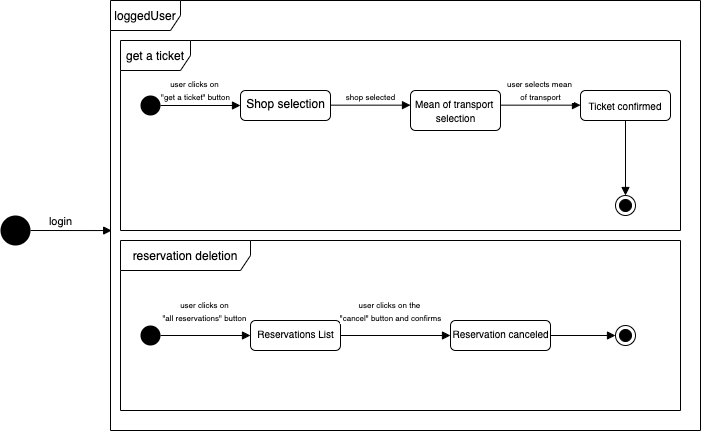
This is RASD/assets/state_charts/State Chart Get a Ticket.png from CosimoSguanci/SguanciSpataforaVergani-RASD-DD-ingsw2, a draw.io export, as it was before one commit. Source tidied: cells renumbered, new cells last; positions are measured from the earlier drawing's top-left corner, leaving out a move shared by most shapes.
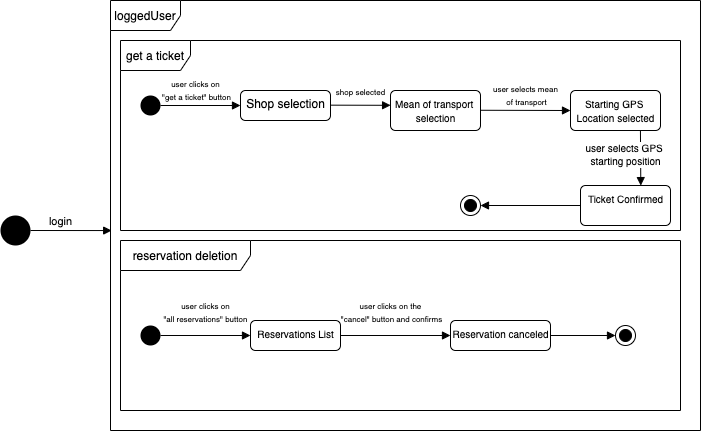
The same diagram one commit later.

Commit message:
fixed state charts

Change to the diagram source:
```diff
@@ -38,28 +38,26 @@
     <mxCell id="11" value="Shop selection" style="html=1;align=center;verticalAlign=top;rounded=1;absoluteArcSize=1;arcSize=10;dashed=0;fillColor=none;" parent="1" vertex="1">
       <mxGeometry x="240" y="90" width="90" height="30" as="geometry" />
     </mxCell>
-    <mxCell id="12" value="&lt;font style=&quot;font-size: 8px&quot;&gt;shop selected&lt;/font&gt;" style="html=1;verticalAlign=bottom;endArrow=block;exitX=1;exitY=0.5;exitDx=0;exitDy=0;" parent="1" edge="1">
-      <mxGeometry relative="1" as="geometry">
+    <mxCell id="12" value="&lt;font style=&quot;font-size: 8px&quot;&gt;shop selected&lt;/font&gt;" style="html=1;verticalAlign=bottom;endArrow=block;exitX=1;exitY=0.5;exitDx=0;exitDy=0;entryX=0.001;entryY=0.37;entryDx=0;entryDy=0;entryPerimeter=0;" parent="1" edge="1" target="13">
+      <mxGeometry y="5" relative="1" as="geometry">
         <mxPoint x="330" y="104.7" as="sourcePoint" />
-        <mxPoint x="410" y="104.7" as="targetPoint" />
       </mxGeometry>
     </mxCell>
     <mxCell id="13" value="&lt;font style=&quot;font-size: 10px&quot;&gt;Mean of transport &lt;br&gt;selection&lt;/font&gt;" style="html=1;align=center;verticalAlign=top;rounded=1;absoluteArcSize=1;arcSize=10;dashed=0;fillColor=none;" parent="1" vertex="1">
-      <mxGeometry x="410" y="90" width="90" height="40" as="geometry" />
+      <mxGeometry x="390" y="90" width="90" height="40" as="geometry" />
     </mxCell>
-    <mxCell id="14" value="&lt;font style=&quot;font-size: 8px&quot;&gt;user selects mean &lt;br&gt;of transport&lt;/font&gt;" style="html=1;verticalAlign=bottom;endArrow=block;exitX=1;exitY=0.5;exitDx=0;exitDy=0;" parent="1" edge="1">
+    <mxCell id="14" value="&lt;font style=&quot;font-size: 8px&quot;&gt;user selects mean &lt;br&gt;of transport&lt;/font&gt;" style="html=1;verticalAlign=bottom;endArrow=block;exitX=1;exitY=0.5;exitDx=0;exitDy=0;entryX=0;entryY=0.5;entryDx=0;entryDy=0;" parent="1" edge="1" target="28">
       <mxGeometry relative="1" as="geometry">
-        <mxPoint x="500" y="104.7" as="sourcePoint" />
-        <mxPoint x="580" y="104.7" as="targetPoint" />
+        <mxPoint x="480" y="109.8" as="sourcePoint" />
       </mxGeometry>
     </mxCell>
-    <mxCell id="15" value="&lt;br&gt;&lt;span style=&quot;font-size: 8px&quot;&gt;&lt;br&gt;&lt;/span&gt;" style="html=1;verticalAlign=bottom;endArrow=block;exitX=0.5;exitY=1;exitDx=0;exitDy=0;entryX=0.5;entryY=0;entryDx=0;entryDy=0;" parent="1" edge="1" target="16">
+    <mxCell id="15" value="&lt;br&gt;&lt;span style=&quot;font-size: 8px&quot;&gt;&lt;br&gt;&lt;/span&gt;" style="html=1;verticalAlign=bottom;endArrow=block;entryX=1;entryY=0.5;entryDx=0;entryDy=0;" parent="1" edge="1" target="16">
       <mxGeometry relative="1" as="geometry">
-        <mxPoint x="625" y="120" as="sourcePoint" />
+        <mxPoint x="580" y="205" as="sourcePoint" />
       </mxGeometry>
     </mxCell>
     <mxCell id="16" style="ellipse;html=1;shape=endState;fillColor=#000000;strokeColor=#000000;" parent="1" vertex="1">
-      <mxGeometry x="615" y="195" width="20" height="20" as="geometry" />
+      <mxGeometry x="460" y="195" width="20" height="20" as="geometry" />
     </mxCell>
     <mxCell id="17" style="ellipse;fillColor=#000000;strokeColor=none;" parent="1" vertex="1">
       <mxGeometry x="140" y="325" width="20" height="20" as="geometry" />
@@ -81,17 +79,17 @@
     <mxCell id="22" style="html=1;verticalAlign=bottom;endArrow=block;entryX=0;entryY=0.5;entryDx=0;entryDy=0;exitX=1;exitY=0.5;exitDx=0;exitDy=0;" parent="1" edge="1" source="21" target="26">
       <mxGeometry relative="1" as="geometry" />
     </mxCell>
-    <mxCell id="23" style="group;" parent="1" vertex="1">
-      <mxGeometry x="570" y="90" width="110" height="30" as="geometry" />
-    </mxCell>
-    <mxCell id="24" style="html=1;align=center;verticalAlign=top;rounded=1;absoluteArcSize=1;arcSize=10;dashed=0;fillColor=none;" parent="23" vertex="1">
-      <mxGeometry x="10" width="90" height="30" as="geometry" />
-    </mxCell>
-    <mxCell id="25" value="&lt;font size=&quot;1&quot;&gt;Ticket confirmed&lt;/font&gt;" style="text;html=1;strokeColor=none;fillColor=none;align=center;verticalAlign=middle;whiteSpace=wrap;rounded=0;" parent="23" vertex="1">
-      <mxGeometry y="5" width="110" height="20" as="geometry" />
-    </mxCell>
     <mxCell id="26" style="ellipse;html=1;shape=endState;fillColor=#000000;strokeColor=#000000;" parent="1" vertex="1">
       <mxGeometry x="615" y="325" width="20" height="20" as="geometry" />
     </mxCell>
+    <mxCell id="27" value="&lt;span style=&quot;font-size: 10px&quot;&gt;Ticket Confirmed&lt;/span&gt;" style="html=1;align=center;verticalAlign=top;rounded=1;absoluteArcSize=1;arcSize=10;dashed=0;fillColor=none;" parent="1" vertex="1">
+      <mxGeometry x="580" y="185" width="90" height="40" as="geometry" />
+    </mxCell>
+    <mxCell id="28" value="&lt;span style=&quot;font-size: 10px&quot;&gt;Starting GPS &lt;br&gt;Location selected&lt;/span&gt;" style="html=1;align=center;verticalAlign=top;rounded=1;absoluteArcSize=1;arcSize=10;dashed=0;fillColor=none;" parent="1" vertex="1">
+      <mxGeometry x="570" y="90" width="90" height="40" as="geometry" />
+    </mxCell>
+    <mxCell id="29" value="&lt;font style=&quot;font-size: 10px&quot;&gt;user selects GPS &lt;br&gt;starting position&lt;/font&gt;" style="html=1;verticalAlign=bottom;endArrow=block;exitX=0.777;exitY=0.994;exitDx=0;exitDy=0;entryX=0.67;entryY=0.002;entryDx=0;entryDy=0;entryPerimeter=0;exitPerimeter=0;" parent="1" edge="1" source="28" target="27">
+      <mxGeometry x="0.45" y="-15" relative="1" as="geometry" />
+    </mxCell>
   </root>
 </mxGraphModel>
```
